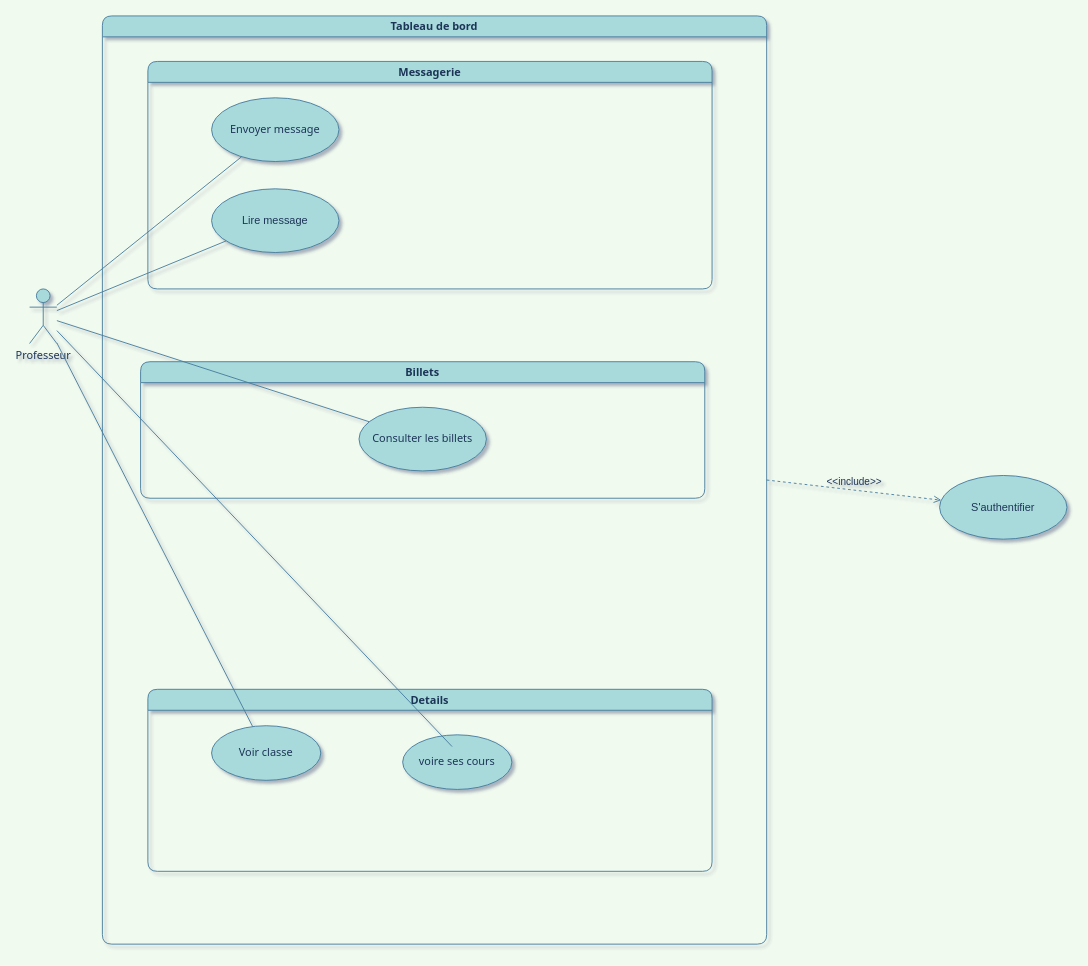
This is DCU Prof.drawio from LePetitMoka/Retards-ecole, a draw.io file, before an edit. Source tidied: cells renumbered, new cells numbered last; positions are measured from the earlier drawing's top-left corner, leaving out a move shared by most shapes. Both pictures are drawn from the tidied source at 91%, with x=0, y=0 at pixel (29, 15).
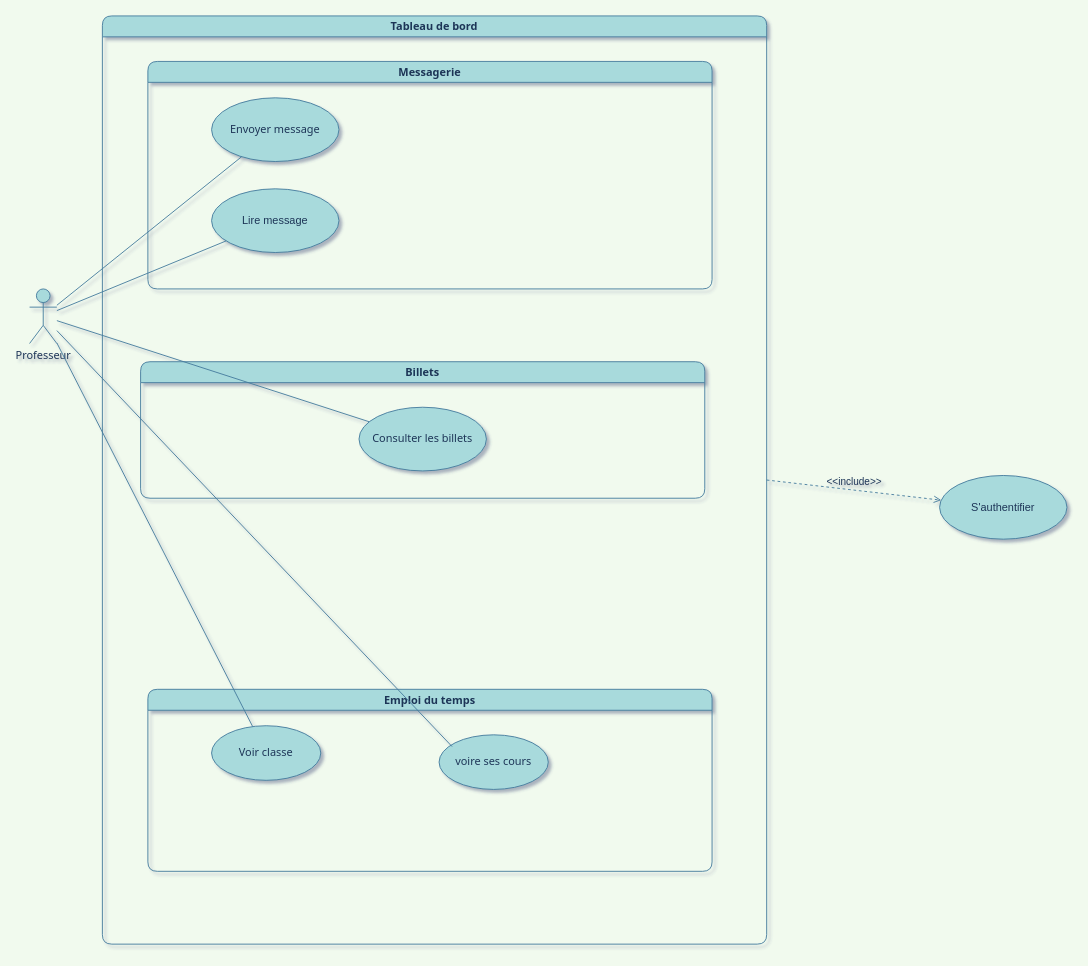
The same page after the edit.

Commit message:
Mettre à jour DCU Prof.drawio

What changed in the source:
```diff
@@
 <mxGraphModel background="#F1FAEE" shadow="1">
   <root>
     <mxCell id="0" />
     <mxCell id="1" parent="0" />
     <mxCell id="2" value="&lt;div&gt;Professeur&lt;/div&gt;&lt;div&gt;&lt;br&gt;&lt;/div&gt;" style="shape=umlActor;verticalLabelPosition=bottom;verticalAlign=top;html=1;fontFamily=Tahoma;rounded=1;fillColor=#A8DADC;strokeColor=#457B9D;fontColor=#1D3557;" parent="1" vertex="1">
       <mxGeometry y="300" width="30" height="60" as="geometry" />
     </mxCell>
     <mxCell id="3" value="Tableau de bord" style="swimlane;fontFamily=Tahoma;rounded=1;fillColor=#A8DADC;strokeColor=#457B9D;fontColor=#1D3557;" parent="1" vertex="1">
       <mxGeometry x="80" width="730" height="1020" as="geometry" />
     </mxCell>
     <mxCell id="4" value="Messagerie" style="swimlane;startSize=23;fontFamily=Tahoma;rounded=1;fillColor=#A8DADC;strokeColor=#457B9D;fontColor=#1D3557;" parent="3" vertex="1">
       <mxGeometry x="50" y="50" width="620" height="250" as="geometry" />
     </mxCell>
     <mxCell id="5" value="Envoyer message" style="ellipse;whiteSpace=wrap;html=1;fontFamily=Tahoma;rounded=1;fillColor=#A8DADC;strokeColor=#457B9D;fontColor=#1D3557;" parent="4" vertex="1">
       <mxGeometry x="70" y="40" width="140" height="70" as="geometry" />
     </mxCell>
     <mxCell id="6" value="&lt;div&gt;Lire message&lt;/div&gt;" style="ellipse;whiteSpace=wrap;html=1;rounded=1;fillColor=#A8DADC;strokeColor=#457B9D;fontColor=#1D3557;" parent="4" vertex="1">
       <mxGeometry x="70" y="140" width="140" height="70" as="geometry" />
     </mxCell>
     <mxCell id="7" value="Billets" style="swimlane;fontFamily=Tahoma;rounded=1;fillColor=#A8DADC;strokeColor=#457B9D;fontColor=#1D3557;" parent="3" vertex="1">
       <mxGeometry x="42" y="380" width="620" height="150" as="geometry" />
     </mxCell>
     <mxCell id="8" value="&lt;div&gt;Consulter les billets&lt;/div&gt;" style="ellipse;whiteSpace=wrap;html=1;fontFamily=Tahoma;rounded=1;fillColor=#A8DADC;strokeColor=#457B9D;fontColor=#1D3557;" parent="7" vertex="1">
       <mxGeometry x="240" y="50" width="140" height="70" as="geometry" />
     </mxCell>
-    <mxCell id="9" value="Details" style="swimlane;fontFamily=Tahoma;rounded=1;fillColor=#A8DADC;strokeColor=#457B9D;fontColor=#1D3557;" parent="3" vertex="1">
+    <mxCell id="9" value="Emploi du temps" style="swimlane;fontFamily=Tahoma;rounded=1;fillColor=#A8DADC;strokeColor=#457B9D;fontColor=#1D3557;" parent="3" vertex="1">
       <mxGeometry x="50" y="740" width="620" height="200" as="geometry" />
     </mxCell>
     <mxCell id="10" value="Voir classe" style="ellipse;whiteSpace=wrap;html=1;fontFamily=Tahoma;rounded=1;fillColor=#A8DADC;strokeColor=#457B9D;fontColor=#1D3557;" parent="9" vertex="1">
       <mxGeometry x="70" y="40" width="120" height="60" as="geometry" />
     </mxCell>
     <mxCell id="11" value="voire ses cours" style="ellipse;whiteSpace=wrap;html=1;fontFamily=Tahoma;rounded=1;fillColor=#A8DADC;strokeColor=#457B9D;fontColor=#1D3557;" parent="9" vertex="1">
-      <mxGeometry x="280" y="50" width="120" height="60" as="geometry" />
+      <mxGeometry x="320" y="50" width="120" height="60" as="geometry" />
     </mxCell>
     <mxCell id="12" style="endArrow=none;html=1;rounded=1;labelBackgroundColor=#F1FAEE;strokeColor=#457B9D;fontColor=#1D3557;" parent="1" edge="1" source="2" target="5">
       <mxGeometry relative="1" as="geometry" />
     </mxCell>
     <mxCell id="13" style="endArrow=none;html=1;rounded=1;labelBackgroundColor=#F1FAEE;strokeColor=#457B9D;fontColor=#1D3557;" parent="1" edge="1" source="2" target="6">
       <mxGeometry relative="1" as="geometry" />
     </mxCell>
     <mxCell id="14" style="endArrow=none;html=1;rounded=1;labelBackgroundColor=#F1FAEE;strokeColor=#457B9D;fontColor=#1D3557;" parent="1" edge="1" source="2" target="8">
       <mxGeometry relative="1" as="geometry" />
     </mxCell>
     <mxCell id="15" value="&amp;lt;&amp;lt;include&amp;gt;&amp;gt;" style="html=1;verticalAlign=bottom;labelBackgroundColor=none;endArrow=open;endFill=0;dashed=1;rounded=1;exitX=1;exitY=0.5;exitDx=0;exitDy=0;strokeColor=#457B9D;fontColor=#1D3557;" parent="1" edge="1" source="3" target="16">
       <mxGeometry relative="1" as="geometry" />
     </mxCell>
     <mxCell id="16" value="S'authentifier" style="ellipse;whiteSpace=wrap;html=1;rounded=1;fillColor=#A8DADC;strokeColor=#457B9D;fontColor=#1D3557;" parent="1" vertex="1">
       <mxGeometry x="1000" y="505" width="140" height="70" as="geometry" />
     </mxCell>
     <mxCell id="17" style="endArrow=none;html=1;rounded=1;labelBackgroundColor=#F1FAEE;strokeColor=#457B9D;fontColor=#1D3557;" parent="1" edge="1" source="2" target="10">
       <mxGeometry relative="1" as="geometry" />
     </mxCell>
     <mxCell id="18" style="endArrow=none;html=1;rounded=1;labelBackgroundColor=#F1FAEE;strokeColor=#457B9D;fontColor=#1D3557;" parent="1" edge="1" source="2">
       <mxGeometry relative="1" as="geometry">
         <mxPoint x="464.3" y="802.9" as="targetPoint" />
       </mxGeometry>
     </mxCell>
   </root>
 </mxGraphModel>
```
